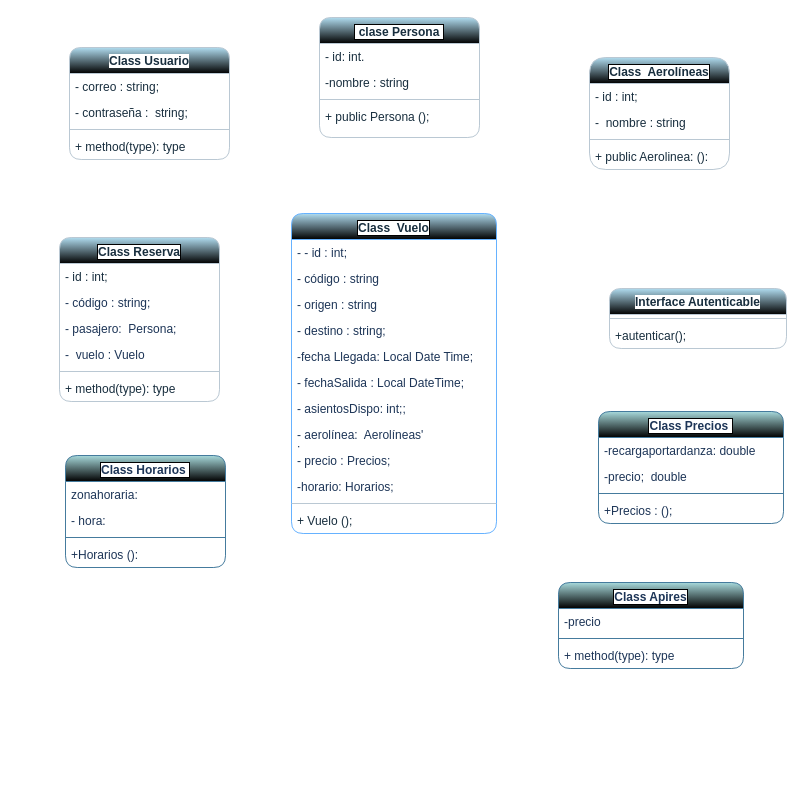
The draw.io diagram src/Diagrama sin título.drawio in Mariayey12/EJERCICIOWORKSHOPPROGRAMACIONORIENTADA-OBJECTOS, before the edit. Source tidied: cells renumbered, new cells numbered last; positions are measured from the earlier drawing's top-left corner, leaving out a move shared by most shapes. Both pictures are drawn from the tidied source at 100%, with x=0, y=0 at pixel (59, 17).
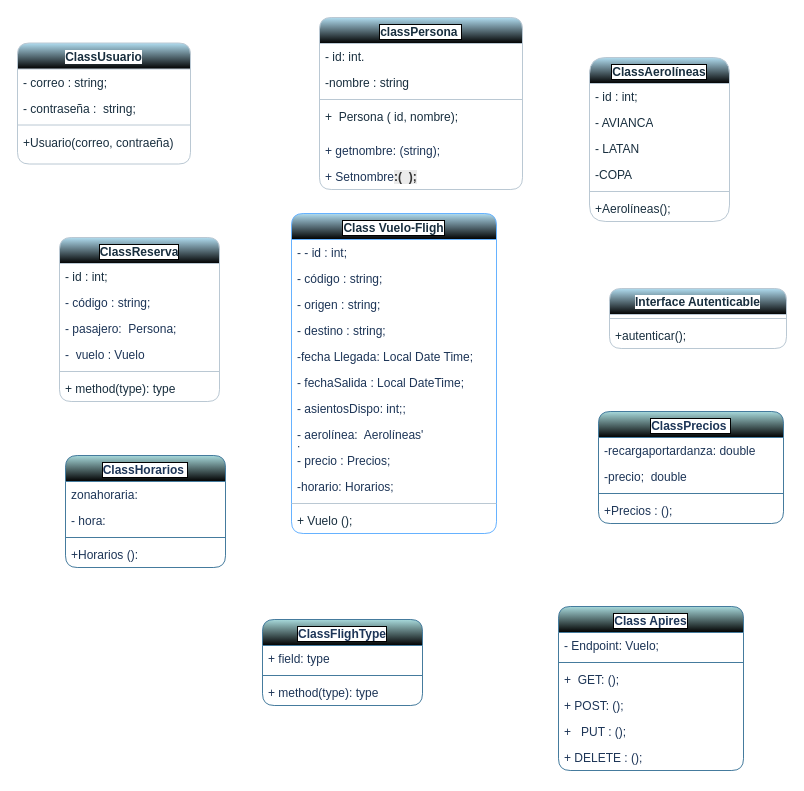
The same page after the edit.

The edit, as a diff of the source:
```diff
@@
-    <mxCell id="2" value="&amp;nbsp;clase Persona&amp;nbsp;" style="swimlane;fontStyle=1;align=center;verticalAlign=top;horizontal=1;startSize=26;labelBackgroundColor=default;fillColor=#B1DDF0;strokeColor=#BAC8D3;fontColor=#182E3E;html=1;whiteSpace=wrap;labelBorderColor=default;gradientColor=default;rounded=1;" parent="1" vertex="1">
-      <mxGeometry x="260" width="160" height="120" as="geometry" />
+    <mxCell id="2" value="classPersona&amp;nbsp;" style="swimlane;fontStyle=1;align=center;verticalAlign=top;horizontal=1;startSize=26;labelBackgroundColor=default;fillColor=#B1DDF0;strokeColor=#BAC8D3;fontColor=#182E3E;html=1;whiteSpace=wrap;labelBorderColor=default;gradientColor=default;rounded=1;" parent="1" vertex="1">
+      <mxGeometry x="260" width="203" height="172" as="geometry" />
     </mxCell>
     <mxCell id="3" value="- id: int." style="text;strokeColor=none;fillColor=none;align=left;verticalAlign=top;spacingLeft=4;spacingRight=4;overflow=hidden;whiteSpace=wrap;html=1;labelBackgroundColor=none;fontColor=#182E3E;" parent="2" vertex="1">
-      <mxGeometry y="26" width="160" height="26" as="geometry" />
+      <mxGeometry y="26" width="203" height="26" as="geometry" />
     </mxCell>
     <mxCell id="4" value="-nombre :&amp;nbsp;string" style="text;strokeColor=none;fillColor=none;align=left;verticalAlign=top;spacingLeft=4;spacingRight=4;overflow=hidden;whiteSpace=wrap;html=1;labelBackgroundColor=none;fontColor=#182E3E;" parent="2" vertex="1">
-      <mxGeometry y="52" width="160" height="26" as="geometry" />
+      <mxGeometry y="52" width="203" height="26" as="geometry" />
     </mxCell>
     <mxCell id="5" style="line;strokeWidth=1;fillColor=none;align=left;verticalAlign=middle;spacingTop=-1;spacingLeft=3;spacingRight=3;labelPosition=right;strokeColor=#BAC8D3;labelBackgroundColor=none;fontColor=#182E3E;" parent="2" vertex="1">
-      <mxGeometry y="78" width="160" height="8" as="geometry" />
+      <mxGeometry y="78" width="203" height="8" as="geometry" />
     </mxCell>
-    <mxCell id="6" value="+ public Persona ();&amp;nbsp;&amp;nbsp;" style="text;strokeColor=none;fillColor=none;align=left;verticalAlign=top;spacingLeft=4;spacingRight=4;overflow=hidden;whiteSpace=wrap;html=1;labelBackgroundColor=none;fontColor=#182E3E;" parent="2" vertex="1">
-      <mxGeometry y="86" width="160" height="34" as="geometry" />
+    <mxCell id="6" value="+&amp;nbsp; Persona ( id, nombre);&amp;nbsp;&amp;nbsp;" style="text;strokeColor=none;fillColor=none;align=left;verticalAlign=top;spacingLeft=4;spacingRight=4;overflow=hidden;whiteSpace=wrap;html=1;labelBackgroundColor=none;fontColor=#182E3E;" parent="2" vertex="1">
+      <mxGeometry y="86" width="203" height="34" as="geometry" />
     </mxCell>
+    <mxCell id="54" value="+ getnombre: (string);" style="text;strokeColor=none;fillColor=none;align=left;verticalAlign=top;spacingLeft=4;spacingRight=4;overflow=hidden;whiteSpace=wrap;html=1;fontColor=#1D3557;" parent="2" vertex="1">
+      <mxGeometry y="120" width="203" height="26" as="geometry" />
+    </mxCell>
+    <mxCell id="55" value="+ Setnombre&lt;strong style=&quot;--tw-border-spacing-x: 0; --tw-border-spacing-y: 0; --tw-translate-x: 0; --tw-translate-y: 0; --tw-rotate: 0; --tw-skew-x: 0; --tw-skew-y: 0; --tw-scale-x: 1; --tw-scale-y: 1; --tw-pan-x: ; --tw-pan-y: ; --tw-pinch-zoom: ; --tw-scroll-snap-strictness: proximity; --tw-ordinal: ; --tw-slashed-zero: ; --tw-numeric-figure: ; --tw-numeric-spacing: ; --tw-numeric-fraction: ; --tw-ring-inset: ; --tw-ring-offset-width: 0px; --tw-ring-offset-color: #fff; --tw-ring-color: rgb(59 130 246 / .5); --tw-ring-offset-shadow: 0 0 #0000; --tw-ring-shadow: 0 0 #0000; --tw-shadow: 0 0 #0000; --tw-shadow-colored: 0 0 #0000; --tw-blur: ; --tw-brightness: ; --tw-contrast: ; --tw-grayscale: ; --tw-hue-rotate: ; --tw-invert: ; --tw-saturate: ; --tw-sepia: ; --tw-drop-shadow: ; --tw-backdrop-blur: ; --tw-backdrop-brightness: ; --tw-backdrop-contrast: ; --tw-backdrop-grayscale: ; --tw-backdrop-hue-rotate: ; --tw-backdrop-invert: ; --tw-backdrop-opacity: ; --tw-backdrop-saturate: ; --tw-backdrop-sepia: ; color: rgb(51, 51, 51); font-family: Arial, Helvetica, sans-serif; background-color: rgb(235, 235, 235);&quot;&gt;:(&amp;nbsp; );&lt;/strong&gt;" style="text;strokeColor=none;fillColor=none;align=left;verticalAlign=top;spacingLeft=4;spacingRight=4;overflow=hidden;whiteSpace=wrap;html=1;fontColor=#1D3557;" parent="2" vertex="1">
+      <mxGeometry y="146" width="203" height="26" as="geometry" />
+    </mxCell>
-    <mxCell id="7" value="Class&amp;nbsp;Usuario " style="swimlane;fontStyle=1;align=center;verticalAlign=top;horizontal=1;startSize=26;whiteSpace=wrap;html=1;strokeColor=#BAC8D3;fontColor=#182E3E;fillColor=#B1DDF0;labelBackgroundColor=default;gradientColor=default;rounded=1;" parent="1" vertex="1">
-      <mxGeometry x="10" y="30" width="160" height="112" as="geometry" />
+    <mxCell id="7" value="ClassUsuario " style="swimlane;fontStyle=1;align=center;verticalAlign=top;horizontal=1;startSize=26;whiteSpace=wrap;html=1;strokeColor=#BAC8D3;fontColor=#182E3E;fillColor=#B1DDF0;labelBackgroundColor=default;gradientColor=default;rounded=1;" parent="1" vertex="1">
+      <mxGeometry x="-42" y="25.5" width="173" height="121" as="geometry" />
     </mxCell>
     <mxCell id="8" value="- correo : string;" style="text;strokeColor=none;fillColor=none;align=left;verticalAlign=top;spacingLeft=4;spacingRight=4;overflow=hidden;whiteSpace=wrap;html=1;fontColor=#182E3E;labelBackgroundColor=none;" parent="7" vertex="1">
-      <mxGeometry y="26" width="160" height="26" as="geometry" />
+      <mxGeometry y="26" width="173" height="26" as="geometry" />
     </mxCell>
     <mxCell id="9" value="- contraseña :&amp;nbsp; string;" style="text;strokeColor=none;fillColor=none;align=left;verticalAlign=top;spacingLeft=4;spacingRight=4;overflow=hidden;whiteSpace=wrap;html=1;fontColor=#182E3E;labelBackgroundColor=none;" parent="7" vertex="1">
-      <mxGeometry y="52" width="160" height="26" as="geometry" />
+      <mxGeometry y="52" width="173" height="26" as="geometry" />
     </mxCell>
     <mxCell id="10" style="line;strokeWidth=1;fillColor=none;align=left;verticalAlign=middle;spacingTop=-1;spacingLeft=3;spacingRight=3;labelPosition=right;strokeColor=#BAC8D3;fontColor=#182E3E;labelBackgroundColor=none;" parent="7" vertex="1">
-      <mxGeometry y="78" width="160" height="8" as="geometry" />
+      <mxGeometry y="78" width="173" height="8" as="geometry" />
     </mxCell>
-    <mxCell id="11" value="+ method(type): type" style="text;strokeColor=none;fillColor=none;align=left;verticalAlign=top;spacingLeft=4;spacingRight=4;overflow=hidden;whiteSpace=wrap;html=1;fontColor=#182E3E;labelBackgroundColor=none;" parent="7" vertex="1">
-      <mxGeometry y="86" width="160" height="26" as="geometry" />
+    <mxCell id="11" value="+Usuario(correo, contraeña)" style="text;strokeColor=none;fillColor=none;align=left;verticalAlign=top;spacingLeft=4;spacingRight=4;overflow=hidden;whiteSpace=wrap;html=1;fontColor=#182E3E;labelBackgroundColor=none;" parent="7" vertex="1">
+      <mxGeometry y="86" width="173" height="35" as="geometry" />
     </mxCell>
-    <mxCell id="12" value="Class&amp;nbsp; Vuelo " style="swimlane;fontStyle=1;align=center;verticalAlign=top;horizontal=1;startSize=26;whiteSpace=wrap;html=1;strokeColor=#66B2FF;fontColor=#182E3E;fillColor=#B1DDF0;labelBackgroundColor=default;labelBorderColor=default;gradientColor=default;rounded=1;" parent="1" vertex="1">
+    <mxCell id="12" value="Class Vuelo-Fligh" style="swimlane;fontStyle=1;align=center;verticalAlign=top;horizontal=1;startSize=26;whiteSpace=wrap;html=1;strokeColor=#66B2FF;fontColor=#182E3E;fillColor=#B1DDF0;labelBackgroundColor=default;labelBorderColor=default;gradientColor=default;rounded=1;" parent="1" vertex="1">
       <mxGeometry x="232" y="196" width="205" height="320" as="geometry" />
     </mxCell>
@@
-    <mxCell id="14" value="- código : string" style="text;strokeColor=none;fillColor=none;align=left;verticalAlign=top;spacingLeft=4;spacingRight=4;overflow=hidden;whiteSpace=wrap;html=1;fontColor=#1D3557;" parent="12" vertex="1">
+    <mxCell id="14" value="- código : string;" style="text;strokeColor=none;fillColor=none;align=left;verticalAlign=top;spacingLeft=4;spacingRight=4;overflow=hidden;whiteSpace=wrap;html=1;fontColor=#1D3557;" parent="12" vertex="1">
       <mxGeometry y="52" width="205" height="26" as="geometry" />
     </mxCell>
-    <mxCell id="15" value="- origen : string" style="text;strokeColor=none;fillColor=none;align=left;verticalAlign=top;spacingLeft=4;spacingRight=4;overflow=hidden;whiteSpace=wrap;html=1;fontColor=#1D3557;" parent="12" vertex="1">
+    <mxCell id="15" value="- origen : string;" style="text;strokeColor=none;fillColor=none;align=left;verticalAlign=top;spacingLeft=4;spacingRight=4;overflow=hidden;whiteSpace=wrap;html=1;fontColor=#1D3557;" parent="12" vertex="1">
       <mxGeometry y="78" width="205" height="26" as="geometry" />
     </mxCell>
@@
-    <mxCell id="25" value="Class&amp;nbsp; Aerolíneas" style="swimlane;fontStyle=1;align=center;verticalAlign=top;horizontal=1;startSize=26;whiteSpace=wrap;html=1;strokeColor=#BAC8D3;fontColor=#182E3E;fillColor=#B1DDF0;labelBackgroundColor=default;labelBorderColor=default;gradientColor=default;swimlaneFillColor=default;rounded=1;arcSize=21;" parent="1" vertex="1">
-      <mxGeometry x="530" y="40" width="140" height="112" as="geometry" />
+    <mxCell id="25" value="ClassAerolíneas" style="swimlane;fontStyle=1;align=center;verticalAlign=top;horizontal=1;startSize=26;whiteSpace=wrap;html=1;strokeColor=#BAC8D3;fontColor=#182E3E;fillColor=#B1DDF0;labelBackgroundColor=default;labelBorderColor=default;gradientColor=default;swimlaneFillColor=default;rounded=1;arcSize=21;" parent="1" vertex="1">
+      <mxGeometry x="530" y="40" width="140" height="164" as="geometry" />
     </mxCell>
@@
+    <mxCell id="56" value="- AVIANCA" style="text;strokeColor=none;fillColor=none;align=left;verticalAlign=top;spacingLeft=4;spacingRight=4;overflow=hidden;whiteSpace=wrap;html=1;fontColor=#182E3E;labelBackgroundColor=none;" parent="25" vertex="1">
+      <mxGeometry y="52" width="140" height="26" as="geometry" />
+    </mxCell>
+    <mxCell id="57" value="- LATAN" style="text;strokeColor=none;fillColor=none;align=left;verticalAlign=top;spacingLeft=4;spacingRight=4;overflow=hidden;whiteSpace=wrap;html=1;fontColor=#182E3E;labelBackgroundColor=none;" parent="25" vertex="1">
+      <mxGeometry y="78" width="140" height="26" as="geometry" />
+    </mxCell>
-    <mxCell id="27" value="-&amp;nbsp;&amp;nbsp;nombre : string " style="text;strokeColor=none;fillColor=none;align=left;verticalAlign=top;spacingLeft=4;spacingRight=4;overflow=hidden;whiteSpace=wrap;html=1;fontColor=#182E3E;labelBackgroundColor=none;" parent="25" vertex="1">
-      <mxGeometry y="52" width="140" height="26" as="geometry" />
+    <mxCell id="27" value="-COPA" style="text;strokeColor=none;fillColor=none;align=left;verticalAlign=top;spacingLeft=4;spacingRight=4;overflow=hidden;whiteSpace=wrap;html=1;fontColor=#182E3E;labelBackgroundColor=none;" parent="25" vertex="1">
+      <mxGeometry y="104" width="140" height="26" as="geometry" />
     </mxCell>
     <mxCell id="28" style="line;strokeWidth=1;fillColor=none;align=left;verticalAlign=middle;spacingTop=-1;spacingLeft=3;spacingRight=3;labelPosition=right;strokeColor=#BAC8D3;fontColor=#182E3E;labelBackgroundColor=none;" parent="25" vertex="1">
-      <mxGeometry y="78" width="140" height="8" as="geometry" />
+      <mxGeometry y="130" width="140" height="8" as="geometry" />
     </mxCell>
-    <mxCell id="29" value="+ public Aerolinea: ():" style="text;strokeColor=none;fillColor=none;align=left;verticalAlign=top;spacingLeft=4;spacingRight=4;overflow=hidden;whiteSpace=wrap;html=1;fontColor=#182E3E;labelBackgroundColor=none;" parent="25" vertex="1">
-      <mxGeometry y="86" width="140" height="26" as="geometry" />
+    <mxCell id="29" value="+Aerolíneas();&amp;nbsp;" style="text;strokeColor=none;fillColor=none;align=left;verticalAlign=top;spacingLeft=4;spacingRight=4;overflow=hidden;whiteSpace=wrap;html=1;fontColor=#182E3E;labelBackgroundColor=none;" parent="25" vertex="1">
+      <mxGeometry y="138" width="140" height="26" as="geometry" />
     </mxCell>
-    <mxCell id="30" value="Class&amp;nbsp;Reserva " style="swimlane;fontStyle=1;align=center;verticalAlign=top;horizontal=1;startSize=26;whiteSpace=wrap;html=1;strokeColor=#BAC8D3;fontColor=#182E3E;fillColor=#B1DDF0;labelBackgroundColor=default;labelBorderColor=default;gradientColor=default;rounded=1;" parent="1" vertex="1">
+    <mxCell id="30" value="ClassReserva " style="swimlane;fontStyle=1;align=center;verticalAlign=top;horizontal=1;startSize=26;whiteSpace=wrap;html=1;strokeColor=#BAC8D3;fontColor=#182E3E;fillColor=#B1DDF0;labelBackgroundColor=default;labelBorderColor=default;gradientColor=default;rounded=1;" parent="1" vertex="1">
       <mxGeometry y="220" width="160" height="164" as="geometry" />
     </mxCell>
@@
-    <mxCell id="40" value="Class Horarios&amp;nbsp;" style="swimlane;fontStyle=1;align=center;verticalAlign=top;horizontal=1;startSize=26;whiteSpace=wrap;html=1;strokeColor=#457B9D;fontColor=#1D3557;fillColor=#A8DADC;swimlaneFillColor=default;gradientColor=default;labelBackgroundColor=default;labelBorderColor=default;rounded=1;" parent="1" vertex="1">
+    <mxCell id="40" value="ClassHorarios&amp;nbsp;" style="swimlane;fontStyle=1;align=center;verticalAlign=top;horizontal=1;startSize=26;whiteSpace=wrap;html=1;strokeColor=#457B9D;fontColor=#1D3557;fillColor=#A8DADC;swimlaneFillColor=default;gradientColor=default;labelBackgroundColor=default;labelBorderColor=default;rounded=1;" parent="1" vertex="1">
       <mxGeometry x="6" y="438" width="160" height="112" as="geometry" />
     </mxCell>
@@
-    <mxCell id="45" value="Class Precios&amp;nbsp;" style="swimlane;fontStyle=1;align=center;verticalAlign=top;horizontal=1;startSize=26;whiteSpace=wrap;html=1;strokeColor=#457B9D;fontColor=#1D3557;fillColor=#A8DADC;swimlaneFillColor=default;labelBorderColor=default;labelBackgroundColor=default;gradientColor=default;rounded=1;" parent="1" vertex="1">
+    <mxCell id="45" value="ClassPrecios&amp;nbsp;" style="swimlane;fontStyle=1;align=center;verticalAlign=top;horizontal=1;startSize=26;whiteSpace=wrap;html=1;strokeColor=#457B9D;fontColor=#1D3557;fillColor=#A8DADC;swimlaneFillColor=default;labelBorderColor=default;labelBackgroundColor=default;gradientColor=default;rounded=1;" parent="1" vertex="1">
       <mxGeometry x="539" y="394" width="185" height="112" as="geometry" />
     </mxCell>
@@
     <mxCell id="50" value="Class Apires" style="swimlane;fontStyle=1;align=center;verticalAlign=top;horizontal=1;startSize=26;whiteSpace=wrap;html=1;strokeColor=#457B9D;fontColor=#1D3557;fillColor=#A8DADC;swimlaneFillColor=default;labelBorderColor=default;labelBackgroundColor=default;gradientColor=default;rounded=1;" parent="1" vertex="1">
-      <mxGeometry x="499" y="565" width="185" height="86" as="geometry" />
+      <mxGeometry x="499" y="589" width="185" height="164" as="geometry" />
     </mxCell>
-    <mxCell id="51" value="-precio" style="text;strokeColor=none;fillColor=none;align=left;verticalAlign=top;spacingLeft=4;spacingRight=4;overflow=hidden;whiteSpace=wrap;html=1;fontColor=#1D3557;" parent="50" vertex="1">
+    <mxCell id="51" value="- Endpoint: Vuelo;" style="text;strokeColor=none;fillColor=none;align=left;verticalAlign=top;spacingLeft=4;spacingRight=4;overflow=hidden;whiteSpace=wrap;html=1;fontColor=#1D3557;" parent="50" vertex="1">
       <mxGeometry y="26" width="185" height="26" as="geometry" />
     </mxCell>
@@
-    <mxCell id="53" value="+ method(type): type" style="text;strokeColor=none;fillColor=none;align=left;verticalAlign=top;spacingLeft=4;spacingRight=4;overflow=hidden;whiteSpace=wrap;html=1;fontColor=#1D3557;" parent="50" vertex="1">
+    <mxCell id="53" value="+&amp;nbsp;&amp;nbsp;GET: ();" style="text;strokeColor=none;fillColor=none;align=left;verticalAlign=top;spacingLeft=4;spacingRight=4;overflow=hidden;whiteSpace=wrap;html=1;fontColor=#1D3557;" parent="50" vertex="1">
       <mxGeometry y="60" width="185" height="26" as="geometry" />
     </mxCell>
+    <mxCell id="58" value="+ POST: ();" style="text;strokeColor=none;fillColor=none;align=left;verticalAlign=top;spacingLeft=4;spacingRight=4;overflow=hidden;whiteSpace=wrap;html=1;fontColor=#1D3557;" parent="50" vertex="1">
+      <mxGeometry y="86" width="185" height="26" as="geometry" />
+    </mxCell>
+    <mxCell id="59" value="+&amp;nbsp;&amp;nbsp; PUT : ();" style="text;strokeColor=none;fillColor=none;align=left;verticalAlign=top;spacingLeft=4;spacingRight=4;overflow=hidden;whiteSpace=wrap;html=1;fontColor=#1D3557;" parent="50" vertex="1">
+      <mxGeometry y="112" width="185" height="26" as="geometry" />
+    </mxCell>
+    <mxCell id="60" value="+ DELETE : ();" style="text;strokeColor=none;fillColor=none;align=left;verticalAlign=top;spacingLeft=4;spacingRight=4;overflow=hidden;whiteSpace=wrap;html=1;fontColor=#1D3557;" parent="50" vertex="1">
+      <mxGeometry y="138" width="185" height="26" as="geometry" />
+    </mxCell>
+    <mxCell id="61" value="ClassFlighType" style="swimlane;fontStyle=1;align=center;verticalAlign=top;horizontal=1;startSize=26;whiteSpace=wrap;html=1;strokeColor=#457B9D;fontColor=#1D3557;fillColor=#A8DADC;labelBackgroundColor=default;labelBorderColor=default;gradientColor=default;swimlaneFillColor=default;rounded=1;" parent="1" vertex="1">
+      <mxGeometry x="203" y="602" width="160" height="86" as="geometry" />
+    </mxCell>
+    <mxCell id="62" value="+ field: type" style="text;strokeColor=none;fillColor=none;align=left;verticalAlign=top;spacingLeft=4;spacingRight=4;overflow=hidden;whiteSpace=wrap;html=1;fontColor=#1D3557;" parent="61" vertex="1">
+      <mxGeometry y="26" width="160" height="26" as="geometry" />
+    </mxCell>
+    <mxCell id="63" style="line;strokeWidth=1;fillColor=none;align=left;verticalAlign=middle;spacingTop=-1;spacingLeft=3;spacingRight=3;labelPosition=right;strokeColor=inherit;fontColor=#1D3557;" parent="61" vertex="1">
+      <mxGeometry y="52" width="160" height="8" as="geometry" />
+    </mxCell>
+    <mxCell id="64" value="+ method(type): type" style="text;strokeColor=none;fillColor=none;align=left;verticalAlign=top;spacingLeft=4;spacingRight=4;overflow=hidden;whiteSpace=wrap;html=1;fontColor=#1D3557;" parent="61" vertex="1">
+      <mxGeometry y="60" width="160" height="26" as="geometry" />
+    </mxCell>
```
